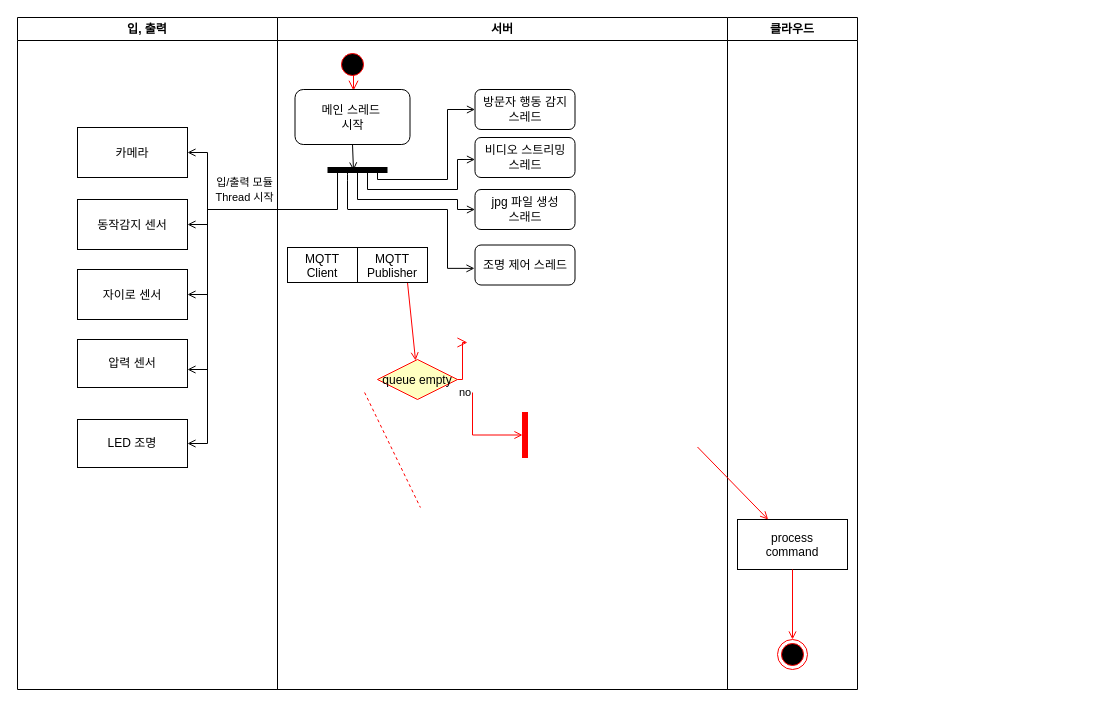
Before: IoT/Untitled Diagram.drawio in woorim1022/TIL, a draw.io diagram. Source tidied: cells renumbered, new cells numbered last; positions are measured from the earlier drawing's top-left corner, leaving out a move shared by most shapes. Both pictures are drawn from the tidied source at 100%, with x=0, y=0 at pixel (-83, 17).
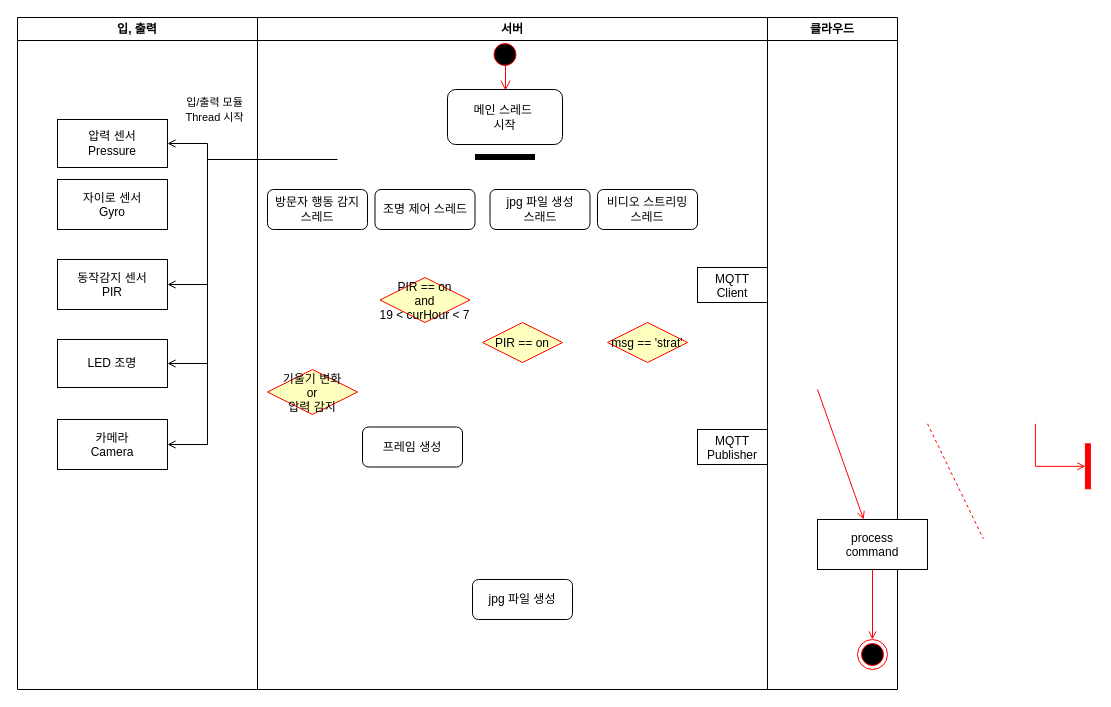
After the change.

What changed in the source:
```diff
@@
     <mxCell id="2" value="입, 출력" style="swimlane;whiteSpace=wrap;" parent="1" vertex="1">
-      <mxGeometry x="100" width="260" height="672" as="geometry" />
+      <mxGeometry x="100" width="240" height="672" as="geometry" />
     </mxCell>
-    <mxCell id="3" value="카메라" parent="2" vertex="1">
-      <mxGeometry x="60" y="110" width="110" height="50" as="geometry" />
+    <mxCell id="3" value="카메라&#10;Camera" parent="2" vertex="1">
+      <mxGeometry x="40" y="402" width="110" height="50" as="geometry" />
     </mxCell>
-    <mxCell id="4" value="동작감지 센서" parent="2" vertex="1">
-      <mxGeometry x="60" y="182" width="110" height="50" as="geometry" />
+    <mxCell id="4" value="동작감지 센서&#10;PIR" parent="2" vertex="1">
+      <mxGeometry x="40" y="242" width="110" height="50" as="geometry" />
     </mxCell>
-    <mxCell id="5" value="자이로 센서" parent="2" vertex="1">
-      <mxGeometry x="60" y="252" width="110" height="50" as="geometry" />
+    <mxCell id="5" value="자이로 센서&#10;Gyro" parent="2" vertex="1">
+      <mxGeometry x="40" y="162" width="110" height="50" as="geometry" />
     </mxCell>
-    <mxCell id="6" value="압력 센서" style="rounded=0;whiteSpace=wrap;html=1;" parent="2" vertex="1">
-      <mxGeometry x="60" y="322" width="110" height="48" as="geometry" />
+    <mxCell id="6" value="압력 센서&lt;br&gt;Pressure" style="rounded=0;whiteSpace=wrap;html=1;" parent="2" vertex="1">
+      <mxGeometry x="40" y="102" width="110" height="48" as="geometry" />
     </mxCell>
     <mxCell id="7" value="LED 조명" style="rounded=0;whiteSpace=wrap;html=1;" parent="2" vertex="1">
-      <mxGeometry x="60" y="402" width="110" height="48" as="geometry" />
+      <mxGeometry x="40" y="322" width="110" height="48" as="geometry" />
     </mxCell>
-    <mxCell id="8" value="&lt;font style=&quot;font-size: 11px&quot;&gt;입/출력 모듈 Thread 시작&lt;/font&gt;" style="text;html=1;strokeColor=none;fillColor=none;align=center;verticalAlign=middle;whiteSpace=wrap;rounded=0;" parent="2" vertex="1">
-      <mxGeometry x="190" y="162" width="74.5" height="20" as="geometry" />
+    <mxCell id="8" value="&lt;font style=&quot;font-size: 11px&quot;&gt;입/출력 모듈 Thread 시작&lt;/font&gt;" style="text;html=1;strokeColor=none;fillColor=none;align=center;verticalAlign=middle;whiteSpace=wrap;rounded=0;rotation=0;" parent="2" vertex="1">
+      <mxGeometry x="160" y="82" width="74.5" height="20" as="geometry" />
     </mxCell>
     <mxCell id="9" value="서버" style="swimlane;whiteSpace=wrap;startSize=23;" parent="1" vertex="1">
-      <mxGeometry x="360" width="450" height="672" as="geometry" />
+      <mxGeometry x="340" width="510" height="672" as="geometry" />
     </mxCell>
     <mxCell id="10" style="edgeStyle=elbowEdgeStyle;elbow=horizontal;verticalAlign=bottom;endArrow=open;endSize=8;strokeColor=#FF0000;endFill=1;rounded=0;exitX=0.577;exitY=0.84;exitDx=0;exitDy=0;exitPerimeter=0;entryX=0.506;entryY=0.023;entryDx=0;entryDy=0;entryPerimeter=0;" parent="9" edge="1" source="20" target="18">
-      <mxGeometry x="40" y="20" as="geometry">
+      <mxGeometry x="332.5" y="10" as="geometry">
         <Array as="points">
-          <mxPoint x="76" y="72" />
+          <mxPoint x="248" y="62" />
         </Array>
       </mxGeometry>
     </mxCell>
-    <mxCell id="11" style="endArrow=open;strokeColor=#000000;endFill=1;rounded=0;exitX=0.5;exitY=1;exitDx=0;exitDy=0;" parent="9" edge="1" source="18">
-      <mxGeometry relative="1" as="geometry">
-        <mxPoint x="76" y="153" as="targetPoint" />
-        <Array as="points">
-          <mxPoint x="76" y="153" />
-        </Array>
-      </mxGeometry>
-    </mxCell>
-    <mxCell id="12" value="queue empty" style="rhombus;fillColor=#ffffc0;strokeColor=#ff0000;" parent="9" vertex="1">
-      <mxGeometry x="100" y="342" width="80" height="40" as="geometry" />
-    </mxCell>
-    <mxCell id="13" value="no" style="edgeStyle=elbowEdgeStyle;elbow=horizontal;align=left;verticalAlign=top;endArrow=open;endSize=8;strokeColor=#FF0000;endFill=1;rounded=0;" parent="9" edge="1" source="12">
-      <mxGeometry x="-1" relative="1" as="geometry">
-        <mxPoint x="190" y="325" as="targetPoint" />
-      </mxGeometry>
-    </mxCell>
-    <mxCell id="14" style="endArrow=open;strokeColor=#FF0000;endFill=1;rounded=0;" parent="9" edge="1" target="12">
-      <mxGeometry relative="1" as="geometry">
-        <mxPoint x="127.5" y="240.7" as="sourcePoint" />
-      </mxGeometry>
-    </mxCell>
-    <mxCell id="15" style="endArrow=none;strokeColor=#FF0000;endFill=0;rounded=0;dashed=1;" parent="9" edge="1">
-      <mxGeometry relative="1" as="geometry">
-        <mxPoint x="87.1" y="375" as="sourcePoint" />
-        <mxPoint x="142.9" y="490" as="targetPoint" />
-      </mxGeometry>
-    </mxCell>
-    <mxCell id="16" style="whiteSpace=wrap;strokeColor=#FF0000;fillColor=#FF0000;" parent="9" vertex="1">
-      <mxGeometry x="245" y="395" width="5" height="45" as="geometry" />
-    </mxCell>
-    <mxCell id="17" style="edgeStyle=elbowEdgeStyle;elbow=horizontal;entryX=0;entryY=0.5;strokeColor=#FF0000;endArrow=open;endFill=1;rounded=0;" parent="9" edge="1" target="16">
-      <mxGeometry relative="1" as="geometry">
-        <mxPoint x="195" y="375" as="sourcePoint" />
-        <Array as="points">
-          <mxPoint x="195" y="400" />
-        </Array>
-      </mxGeometry>
-    </mxCell>
     <mxCell id="18" value="메인 스레드&amp;nbsp;&lt;br&gt;시작" style="rounded=1;whiteSpace=wrap;html=1;" parent="9" vertex="1">
-      <mxGeometry x="17.5" y="72" width="115" height="55" as="geometry" />
+      <mxGeometry x="190" y="72" width="115" height="55" as="geometry" />
     </mxCell>
     <mxCell id="19" style="shape=line;strokeWidth=6;strokeColor=#000000;rotation=0;fillColor=#FFFFFF;" parent="9" vertex="1">
-      <mxGeometry x="50" y="145" width="60" height="15" as="geometry" />
+      <mxGeometry x="217.5" y="132" width="60" height="15" as="geometry" />
     </mxCell>
     <mxCell id="20" style="ellipse;shape=startState;fillColor=#000000;strokeColor=#ff0000;" parent="9" vertex="1">
-      <mxGeometry x="60" y="32" width="30" height="30" as="geometry" />
+      <mxGeometry x="232.5" y="22" width="30" height="30" as="geometry" />
     </mxCell>
-    <mxCell id="21" style="endArrow=none;html=1;entryX=0.167;entryY=0.5;entryDx=0;entryDy=0;entryPerimeter=0;" parent="9" edge="1" target="19">
-      <mxGeometry relative="1" as="geometry">
-        <mxPoint x="60" y="192" as="sourcePoint" />
-      </mxGeometry>
-    </mxCell>
     <mxCell id="22" value="MQTT&#10;Client" parent="9" vertex="1">
-      <mxGeometry x="10" y="230" width="70" height="35" as="geometry" />
+      <mxGeometry x="440" y="250" width="70" height="35" as="geometry" />
     </mxCell>
     <mxCell id="23" value="MQTT&#10;Publisher" parent="9" vertex="1">
-      <mxGeometry x="80" y="230" width="70" height="35" as="geometry" />
+      <mxGeometry x="440" y="412" width="70" height="35" as="geometry" />
     </mxCell>
     <mxCell id="24" value="비디오 스트리밍&lt;br style=&quot;padding: 0px ; margin: 0px&quot;&gt;스레드" style="rounded=1;whiteSpace=wrap;html=1;strokeColor=#000000;fillColor=#FFFFFF;" parent="9" vertex="1">
-      <mxGeometry x="197.5" y="120" width="100" height="40" as="geometry" />
+      <mxGeometry x="340" y="172" width="100" height="40" as="geometry" />
     </mxCell>
     <mxCell id="25" value="방문자 행동 감지&lt;br style=&quot;padding: 0px ; margin: 0px&quot;&gt;스레드" style="rounded=1;whiteSpace=wrap;html=1;strokeColor=#000000;fillColor=#FFFFFF;" parent="9" vertex="1">
-      <mxGeometry x="197.5" y="72" width="100" height="40" as="geometry" />
+      <mxGeometry x="10" y="172" width="100" height="40" as="geometry" />
     </mxCell>
     <mxCell id="26" value="jpg 파일 생성&lt;br style=&quot;padding: 0px ; margin: 0px&quot;&gt;스래드" style="rounded=1;whiteSpace=wrap;html=1;strokeColor=#000000;fillColor=#FFFFFF;" parent="9" vertex="1">
-      <mxGeometry x="197.5" y="172" width="100" height="40" as="geometry" />
+      <mxGeometry x="232.5" y="172" width="100" height="40" as="geometry" />
     </mxCell>
     <mxCell id="27" value="조명 제어 스레드" style="rounded=1;whiteSpace=wrap;html=1;strokeColor=#000000;fillColor=#FFFFFF;" parent="9" vertex="1">
-      <mxGeometry x="197.5" y="227.5" width="100" height="40" as="geometry" />
+      <mxGeometry x="117.5" y="172" width="100" height="40" as="geometry" />
     </mxCell>
-    <mxCell id="28" style="edgeStyle=elbowEdgeStyle;elbow=horizontal;strokeColor=#000000;endArrow=open;endFill=1;rounded=0;entryX=-0.005;entryY=0.584;entryDx=0;entryDy=0;entryPerimeter=0;" parent="9" edge="1" target="27">
-      <mxGeometry relative="1" as="geometry">
-        <mxPoint x="70" y="192" as="sourcePoint" />
-        <Array as="points">
-          <mxPoint x="170" y="242" />
-          <mxPoint x="180" y="292" />
-          <mxPoint x="270" y="322" />
-          <mxPoint x="180" y="302" />
-          <mxPoint x="-5.5" y="390" />
-        </Array>
-      </mxGeometry>
-    </mxCell>
-    <mxCell id="29" style="edgeStyle=elbowEdgeStyle;elbow=horizontal;strokeColor=#000000;endArrow=open;endFill=1;rounded=0;entryX=0;entryY=0.5;entryDx=0;entryDy=0;" parent="9" edge="1" target="26">
-      <mxGeometry relative="1" as="geometry">
-        <mxPoint x="80" y="182" as="sourcePoint" />
-        <Array as="points">
-          <mxPoint x="180" y="212" />
-          <mxPoint x="180" y="249" />
-          <mxPoint x="180" y="219" />
-          <mxPoint x="270" y="249" />
-          <mxPoint x="180" y="229" />
-          <mxPoint x="-5.5" y="317" />
-        </Array>
-      </mxGeometry>
-    </mxCell>
-    <mxCell id="30" style="edgeStyle=elbowEdgeStyle;elbow=horizontal;strokeColor=#000000;endArrow=open;endFill=1;rounded=0;entryX=0;entryY=0.5;entryDx=0;entryDy=0;" parent="9" edge="1" target="25">
-      <mxGeometry relative="1" as="geometry">
-        <mxPoint x="100" y="162" as="sourcePoint" />
-        <Array as="points">
-          <mxPoint x="170" y="132" />
-          <mxPoint x="180" y="172" />
-          <mxPoint x="180" y="133" />
-          <mxPoint x="180" y="149" />
-          <mxPoint x="180" y="119" />
-          <mxPoint x="270" y="149" />
-          <mxPoint x="180" y="129" />
-          <mxPoint x="-5.5" y="217" />
-        </Array>
-      </mxGeometry>
-    </mxCell>
-    <mxCell id="31" style="endArrow=none;html=1;" parent="9" edge="1">
-      <mxGeometry relative="1" as="geometry">
-        <mxPoint x="80" y="182" as="sourcePoint" />
-        <mxPoint x="80" y="152" as="targetPoint" />
-      </mxGeometry>
-    </mxCell>
-    <mxCell id="32" style="endArrow=none;html=1;" parent="9" edge="1">
-      <mxGeometry relative="1" as="geometry">
-        <mxPoint x="90" y="172" as="sourcePoint" />
-        <mxPoint x="90" y="152" as="targetPoint" />
-      </mxGeometry>
-    </mxCell>
-    <mxCell id="33" style="endArrow=none;html=1;" parent="9" edge="1">
-      <mxGeometry relative="1" as="geometry">
-        <mxPoint x="100" y="162" as="sourcePoint" />
-        <mxPoint x="100" y="152" as="targetPoint" />
-      </mxGeometry>
-    </mxCell>
+    <mxCell id="12" value="PIR == on" style="rhombus;fillColor=#ffffc0;strokeColor=#ff0000;" parent="9" vertex="1">
+      <mxGeometry x="225" y="305" width="80" height="40" as="geometry" />
+    </mxCell>
+    <mxCell id="46" value="jpg 파일 생성" style="rounded=1;whiteSpace=wrap;html=1;strokeColor=#000000;fillColor=#FFFFFF;" parent="9" vertex="1">
+      <mxGeometry x="215" y="562" width="100" height="40" as="geometry" />
+    </mxCell>
+    <mxCell id="47" value="msg == 'strat'" style="rhombus;fillColor=#ffffc0;strokeColor=#ff0000;" parent="9" vertex="1">
+      <mxGeometry x="350" y="305" width="80" height="40" as="geometry" />
+    </mxCell>
+    <mxCell id="48" value="프레임 생성" style="rounded=1;whiteSpace=wrap;html=1;strokeColor=#000000;fillColor=#FFFFFF;" parent="9" vertex="1">
+      <mxGeometry x="105" y="409.5" width="100" height="40" as="geometry" />
+    </mxCell>
+    <mxCell id="49" value="PIR == on&#10;and&#10;19 &lt; curHour &lt; 7" style="rhombus;fillColor=#ffffc0;strokeColor=#ff0000;" parent="9" vertex="1">
+      <mxGeometry x="122.5" y="260" width="90" height="45" as="geometry" />
+    </mxCell>
+    <mxCell id="50" value="기울기 변화&#10;or&#10;압력 감지" style="rhombus;fillColor=#ffffc0;strokeColor=#ff0000;" parent="9" vertex="1">
+      <mxGeometry x="10" y="352" width="90" height="45" as="geometry" />
+    </mxCell>
     <mxCell id="34" value="클라우드" style="swimlane;whiteSpace=wrap;" parent="1" vertex="1">
-      <mxGeometry x="810" width="130" height="672" as="geometry" />
+      <mxGeometry x="850" width="130" height="672" as="geometry" />
     </mxCell>
     <mxCell id="35" value="process&#10;command" parent="34" vertex="1">
-      <mxGeometry x="10" y="502" width="110" height="50" as="geometry" />
+      <mxGeometry x="50" y="502" width="110" height="50" as="geometry" />
     </mxCell>
     <mxCell id="36" style="edgeStyle=none;strokeColor=#FF0000;endArrow=open;endFill=1;rounded=0;" parent="34" edge="1" target="35">
       <mxGeometry relative="1" as="geometry">
-        <mxPoint x="-30" y="429.5" as="sourcePoint" />
+        <mxPoint x="50" y="372" as="sourcePoint" />
       </mxGeometry>
     </mxCell>
     <mxCell id="37" style="ellipse;shape=endState;fillColor=#000000;strokeColor=#ff0000;" parent="34" vertex="1">
-      <mxGeometry x="50" y="622" width="30" height="30" as="geometry" />
+      <mxGeometry x="90" y="622" width="30" height="30" as="geometry" />
     </mxCell>
@@
     <mxCell id="39" style="edgeStyle=elbowEdgeStyle;elbow=horizontal;strokeColor=#000000;endArrow=open;endFill=1;rounded=0;entryX=1;entryY=0.5;entryDx=0;entryDy=0;" parent="1" edge="1" target="3">
       <mxGeometry relative="1" as="geometry">
-        <mxPoint x="420" y="192" as="sourcePoint" />
+        <mxPoint x="420" y="142" as="sourcePoint" />
         <Array as="points">
           <mxPoint x="290" y="166" />
           <mxPoint x="290" y="182" />
           <mxPoint x="290" y="152" />
           <mxPoint x="380" y="182" />
           <mxPoint x="290" y="162" />
           <mxPoint x="104.5" y="250" />
         </Array>
       </mxGeometry>
     </mxCell>
     <mxCell id="40" style="edgeStyle=elbowEdgeStyle;elbow=horizontal;strokeColor=#000000;endArrow=open;endFill=1;rounded=0;entryX=1;entryY=0.5;entryDx=0;entryDy=0;" parent="1" edge="1" target="4">
       <mxGeometry relative="1" as="geometry">
-        <mxPoint x="380" y="192" as="sourcePoint" />
+        <mxPoint x="390" y="142" as="sourcePoint" />
         <Array as="points">
           <mxPoint x="290" y="222" />
           <mxPoint x="100" y="357" />
         </Array>
       </mxGeometry>
     </mxCell>
@@
-    <mxCell id="42" style="edgeStyle=elbowEdgeStyle;elbow=horizontal;strokeColor=#000000;endArrow=open;endFill=1;rounded=0;entryX=1;entryY=0.5;entryDx=0;entryDy=0;" parent="1" edge="1" target="5">
-      <mxGeometry relative="1" as="geometry">
-        <mxPoint x="410" y="192" as="sourcePoint" />
-        <Array as="points">
-          <mxPoint x="290" y="252" />
-          <mxPoint x="290" y="252" />
-          <mxPoint x="290" y="322" />
-          <mxPoint y="477" />
-        </Array>
-      </mxGeometry>
-    </mxCell>
     <mxCell id="43" style="edgeStyle=elbowEdgeStyle;elbow=horizontal;strokeColor=#000000;endArrow=open;endFill=1;rounded=0;entryX=1;entryY=0.5;entryDx=0;entryDy=0;" parent="1" edge="1" target="7">
       <mxGeometry relative="1" as="geometry">
-        <mxPoint x="380" y="192" as="sourcePoint" />
+        <mxPoint x="380" y="142" as="sourcePoint" />
         <Array as="points">
           <mxPoint x="290" y="302" />
           <mxPoint x="350" y="182" />
           <mxPoint x="290" y="352" />
           <mxPoint y="487" />
         </Array>
       </mxGeometry>
     </mxCell>
-    <mxCell id="44" style="edgeStyle=elbowEdgeStyle;elbow=horizontal;strokeColor=#000000;endArrow=open;endFill=1;rounded=0;entryX=0;entryY=0.5;entryDx=0;entryDy=0;" parent="1" edge="1">
-      <mxGeometry relative="1" as="geometry">
-        <mxPoint x="450" y="172" as="sourcePoint" />
-        <mxPoint x="557.5" y="142" as="targetPoint" />
-        <Array as="points">
-          <mxPoint x="540" y="183" />
-          <mxPoint x="540" y="199" />
-          <mxPoint x="540" y="169" />
-          <mxPoint x="630" y="199" />
-          <mxPoint x="540" y="179" />
-          <mxPoint x="354.5" y="267" />
-        </Array>
-      </mxGeometry>
-    </mxCell>
-    <mxCell id="45" style="endArrow=none;html=1;entryX=0.167;entryY=0.5;entryDx=0;entryDy=0;entryPerimeter=0;" parent="1" edge="1">
-      <mxGeometry relative="1" as="geometry">
-        <mxPoint x="430" y="191.5" as="sourcePoint" />
-        <mxPoint x="430" y="152" as="targetPoint" />
-        <Array as="points">
-          <mxPoint x="430" y="161.5" />
-        </Array>
-      </mxGeometry>
-    </mxCell>
+    <mxCell id="15" style="endArrow=none;strokeColor=#FF0000;endFill=0;rounded=0;dashed=1;" parent="1" edge="1">
+      <mxGeometry relative="1" as="geometry">
+        <mxPoint x="1010" y="406.3" as="sourcePoint" />
+        <mxPoint x="1065.8" y="521.3" as="targetPoint" />
+      </mxGeometry>
+    </mxCell>
+    <mxCell id="16" style="whiteSpace=wrap;strokeColor=#FF0000;fillColor=#FF0000;" parent="1" vertex="1">
+      <mxGeometry x="1167.9" y="426.3" width="5" height="45" as="geometry" />
+    </mxCell>
+    <mxCell id="17" style="edgeStyle=elbowEdgeStyle;elbow=horizontal;entryX=0;entryY=0.5;strokeColor=#FF0000;endArrow=open;endFill=1;rounded=0;" parent="1" edge="1" target="16">
+      <mxGeometry relative="1" as="geometry">
+        <mxPoint x="1117.9" y="406.3" as="sourcePoint" />
+        <Array as="points">
+          <mxPoint x="1117.9" y="431.3" />
+        </Array>
+      </mxGeometry>
+    </mxCell>
```
